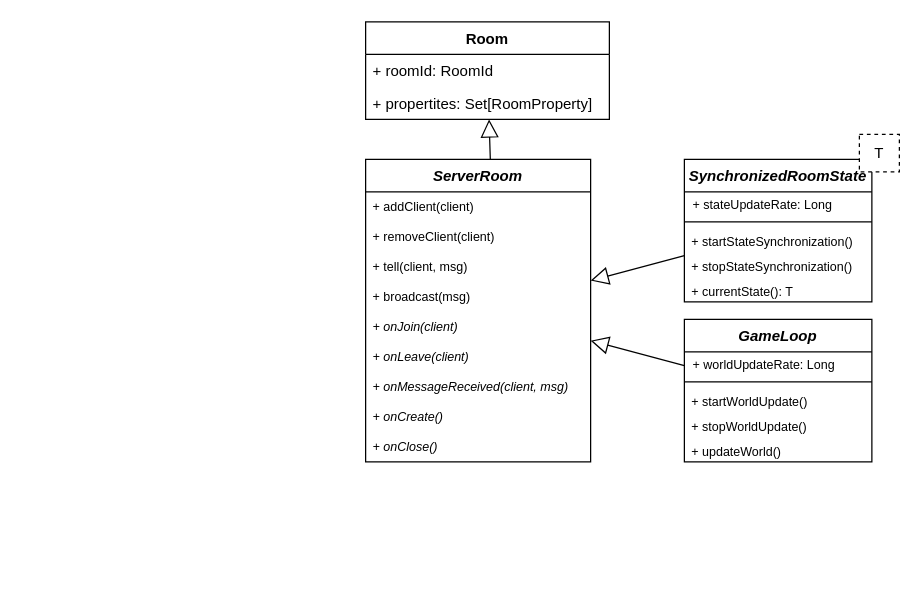
StefanoSalvatori/PPS-18-scala-omg keeps this draw.io diagram as page "server" (4 of 4) of doc/diagrams/common/room/room-class.drawio. Above is the earlier version. Source tidied: cells renumbered, new cells numbered last; positions are measured from the earlier drawing's top-left corner, leaving out a move shared by most shapes. Both pictures are drawn from the tidied source at 125%, with x=0, y=0 at pixel (365, 21).
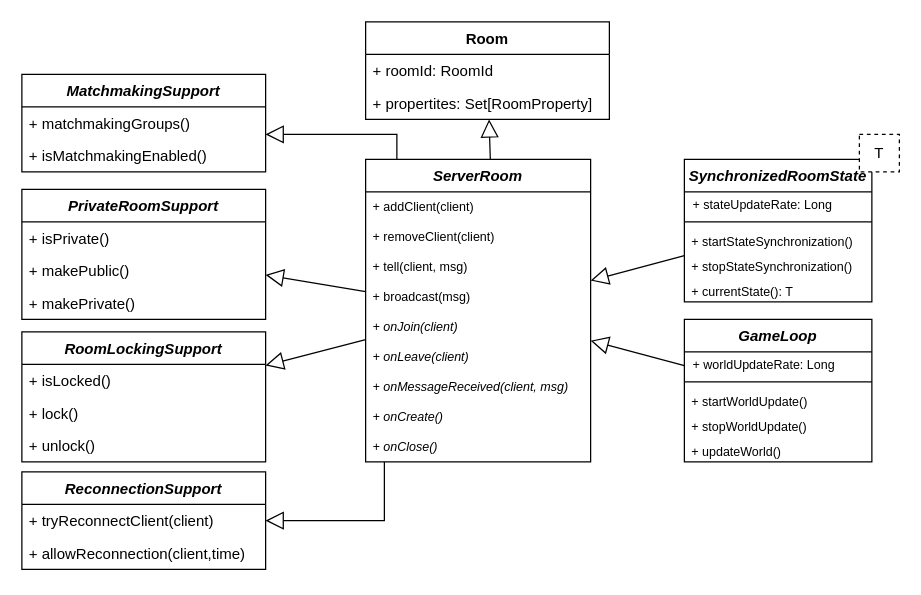
The same diagram, later.

Unchanged cells that the change refers to:
```xml
<mxCell id="8" value="ServerRoom" style="swimlane;fontStyle=3;align=center;verticalAlign=top;horizontal=1;startSize=26;labelBackgroundColor=#ffffff;fillColor=#ffffff;" parent="1" vertex="1">
  <mxGeometry y="110" width="180" height="242" as="geometry" />
</mxCell>
```

Change to the diagram source:
```diff
@@
+    <mxCell id="31" style="rounded=0;jettySize=auto;html=1;endArrow=block;endFill=0;endSize=12;edgeStyle=orthogonalEdgeStyle;" parent="1" edge="1" source="8" target="39">
+      <mxGeometry relative="1" as="geometry">
+        <Array as="points">
+          <mxPoint x="25" y="90" />
+        </Array>
+      </mxGeometry>
+    </mxCell>
+    <mxCell id="32" style="edgeStyle=none;rounded=0;jettySize=auto;html=1;endArrow=block;endFill=0;endSize=12;" parent="1" edge="1" source="8" target="35">
+      <mxGeometry relative="1" as="geometry" />
+    </mxCell>
+    <mxCell id="33" style="edgeStyle=none;rounded=0;jettySize=auto;html=1;endArrow=block;endFill=0;endSize=12;" parent="1" edge="1" source="8" target="42">
+      <mxGeometry relative="1" as="geometry" />
+    </mxCell>
+    <mxCell id="34" style="edgeStyle=orthogonalEdgeStyle;rounded=0;jettySize=auto;html=1;endArrow=block;endFill=0;endSize=12;" parent="1" edge="1" source="8" target="46">
+      <mxGeometry relative="1" as="geometry">
+        <Array as="points">
+          <mxPoint x="15" y="399" />
+        </Array>
+      </mxGeometry>
+    </mxCell>
@@
+    <mxCell id="35" value="PrivateRoomSupport" style="swimlane;fontStyle=3;align=center;verticalAlign=top;horizontal=1;startSize=26;" parent="1" vertex="1">
+      <mxGeometry x="-275" y="134" width="195" height="104" as="geometry" />
+    </mxCell>
+    <mxCell id="36" value="+ isPrivate()" style="text;strokeColor=none;fillColor=none;align=left;verticalAlign=top;spacingLeft=4;spacingRight=4;overflow=hidden;" parent="35" vertex="1">
+      <mxGeometry y="26" width="195" height="26" as="geometry" />
+    </mxCell>
+    <mxCell id="37" value="+ makePublic()" style="text;strokeColor=none;fillColor=none;align=left;verticalAlign=top;spacingLeft=4;spacingRight=4;overflow=hidden;" parent="35" vertex="1">
+      <mxGeometry y="52" width="195" height="26" as="geometry" />
+    </mxCell>
+    <mxCell id="38" value="+ makePrivate()" style="text;strokeColor=none;fillColor=none;align=left;verticalAlign=top;spacingLeft=4;spacingRight=4;overflow=hidden;" parent="35" vertex="1">
+      <mxGeometry y="78" width="195" height="26" as="geometry" />
+    </mxCell>
+    <mxCell id="39" value="MatchmakingSupport" style="swimlane;fontStyle=3;align=center;verticalAlign=top;horizontal=1;startSize=26;" parent="1" vertex="1">
+      <mxGeometry x="-275" y="42" width="195" height="78" as="geometry" />
+    </mxCell>
+    <mxCell id="40" value="+ matchmakingGroups()" style="text;strokeColor=none;fillColor=none;align=left;verticalAlign=top;spacingLeft=4;spacingRight=4;overflow=hidden;" parent="39" vertex="1">
+      <mxGeometry y="26" width="195" height="26" as="geometry" />
+    </mxCell>
+    <mxCell id="41" value="+ isMatchmakingEnabled()" style="text;strokeColor=none;fillColor=none;align=left;verticalAlign=top;spacingLeft=4;spacingRight=4;overflow=hidden;" parent="39" vertex="1">
+      <mxGeometry y="52" width="195" height="26" as="geometry" />
+    </mxCell>
+    <mxCell id="42" value="RoomLockingSupport" style="swimlane;fontStyle=3;align=center;verticalAlign=top;horizontal=1;startSize=26;" parent="1" vertex="1">
+      <mxGeometry x="-275" y="248" width="195" height="104" as="geometry" />
+    </mxCell>
+    <mxCell id="43" value="+ isLocked()" style="text;strokeColor=none;fillColor=none;align=left;verticalAlign=top;spacingLeft=4;spacingRight=4;overflow=hidden;" parent="42" vertex="1">
+      <mxGeometry y="26" width="195" height="26" as="geometry" />
+    </mxCell>
+    <mxCell id="44" value="+ lock()" style="text;strokeColor=none;fillColor=none;align=left;verticalAlign=top;spacingLeft=4;spacingRight=4;overflow=hidden;" parent="42" vertex="1">
+      <mxGeometry y="52" width="195" height="26" as="geometry" />
+    </mxCell>
+    <mxCell id="45" value="+ unlock()" style="text;strokeColor=none;fillColor=none;align=left;verticalAlign=top;spacingLeft=4;spacingRight=4;overflow=hidden;" parent="42" vertex="1">
+      <mxGeometry y="78" width="195" height="26" as="geometry" />
+    </mxCell>
+    <mxCell id="46" value="ReconnectionSupport" style="swimlane;fontStyle=3;align=center;verticalAlign=top;horizontal=1;startSize=26;" parent="1" vertex="1">
+      <mxGeometry x="-275" y="360" width="195" height="78" as="geometry" />
+    </mxCell>
+    <mxCell id="47" value="+ tryReconnectClient(client)" style="text;strokeColor=none;fillColor=none;align=left;verticalAlign=top;spacingLeft=4;spacingRight=4;overflow=hidden;" parent="46" vertex="1">
+      <mxGeometry y="26" width="195" height="26" as="geometry" />
+    </mxCell>
+    <mxCell id="48" value="+ allowReconnection(client,time)" style="text;strokeColor=none;fillColor=none;align=left;verticalAlign=top;spacingLeft=4;spacingRight=4;overflow=hidden;" parent="46" vertex="1">
+      <mxGeometry y="52" width="195" height="26" as="geometry" />
+    </mxCell>
```
